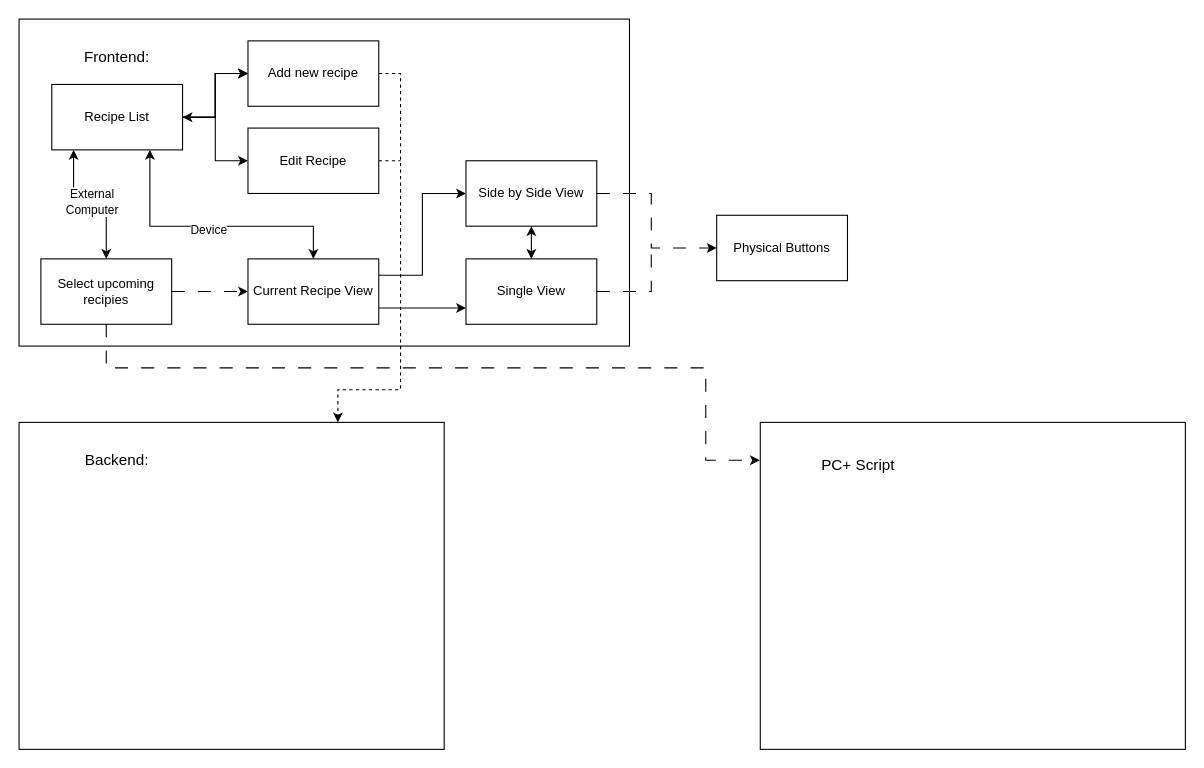
Earlier version of the draw.io diagram page "MLD" (2 of 3) of Data/Flowchart.drawio (CalebBrett/Recipe-Server). Source tidied: cells renumbered, new cells numbered last; positions are measured from the earlier drawing's top-left corner, leaving out a move shared by most shapes. Both pictures are drawn from the tidied source at 109%, with x=0, y=0 at pixel (19, 19).
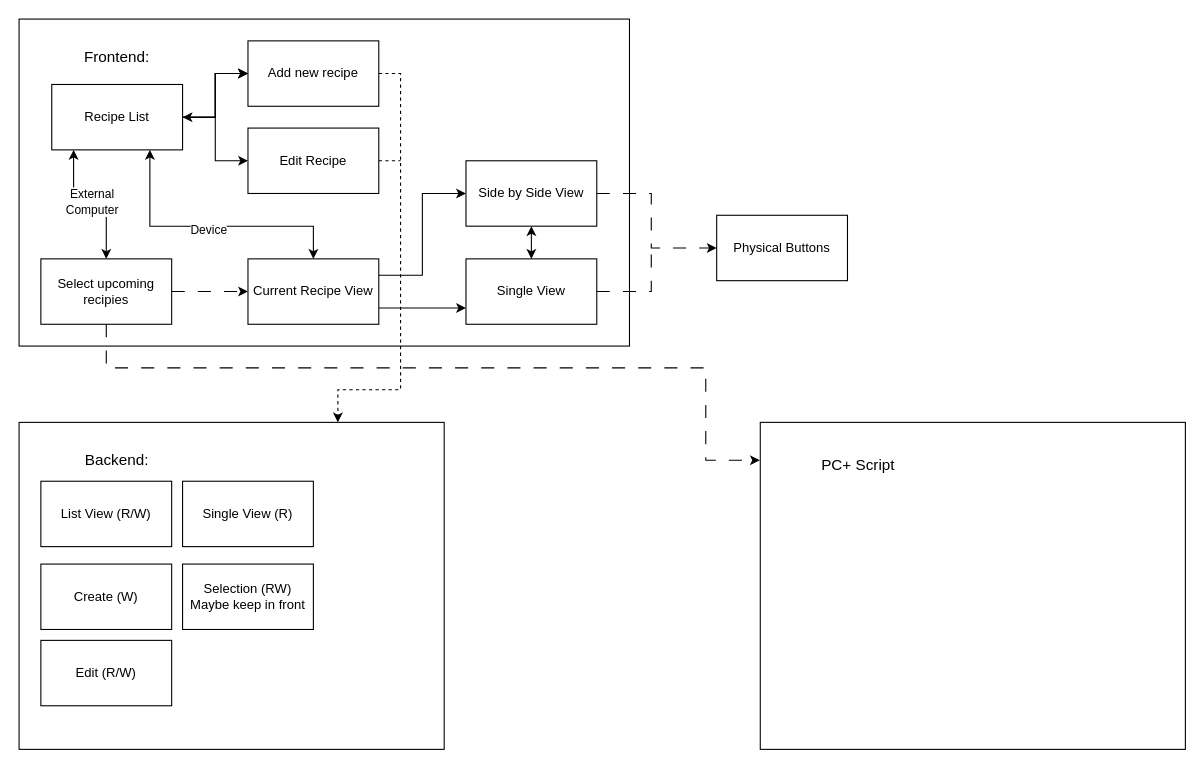
Above is the later version.

The edit, as a diff of the source:
```diff
@@
+    <mxCell id="33" value="List View (R/W)" style="rounded=0;whiteSpace=wrap;html=1;" parent="1" vertex="1">
+      <mxGeometry x="20" y="424" width="120" height="60" as="geometry" />
+    </mxCell>
+    <mxCell id="34" value="Create (W)" style="rounded=0;whiteSpace=wrap;html=1;" parent="1" vertex="1">
+      <mxGeometry x="20" y="500" width="120" height="60" as="geometry" />
+    </mxCell>
+    <mxCell id="35" value="Edit (R/W)" style="rounded=0;whiteSpace=wrap;html=1;" parent="1" vertex="1">
+      <mxGeometry x="20" y="570" width="120" height="60" as="geometry" />
+    </mxCell>
+    <mxCell id="36" value="Single View (R)" style="rounded=0;whiteSpace=wrap;html=1;" parent="1" vertex="1">
+      <mxGeometry x="150" y="424" width="120" height="60" as="geometry" />
+    </mxCell>
+    <mxCell id="37" value="Selection (RW)&lt;div&gt;Maybe keep in front&lt;/div&gt;" style="rounded=0;whiteSpace=wrap;html=1;" parent="1" vertex="1">
+      <mxGeometry x="150" y="500" width="120" height="60" as="geometry" />
+    </mxCell>
```
